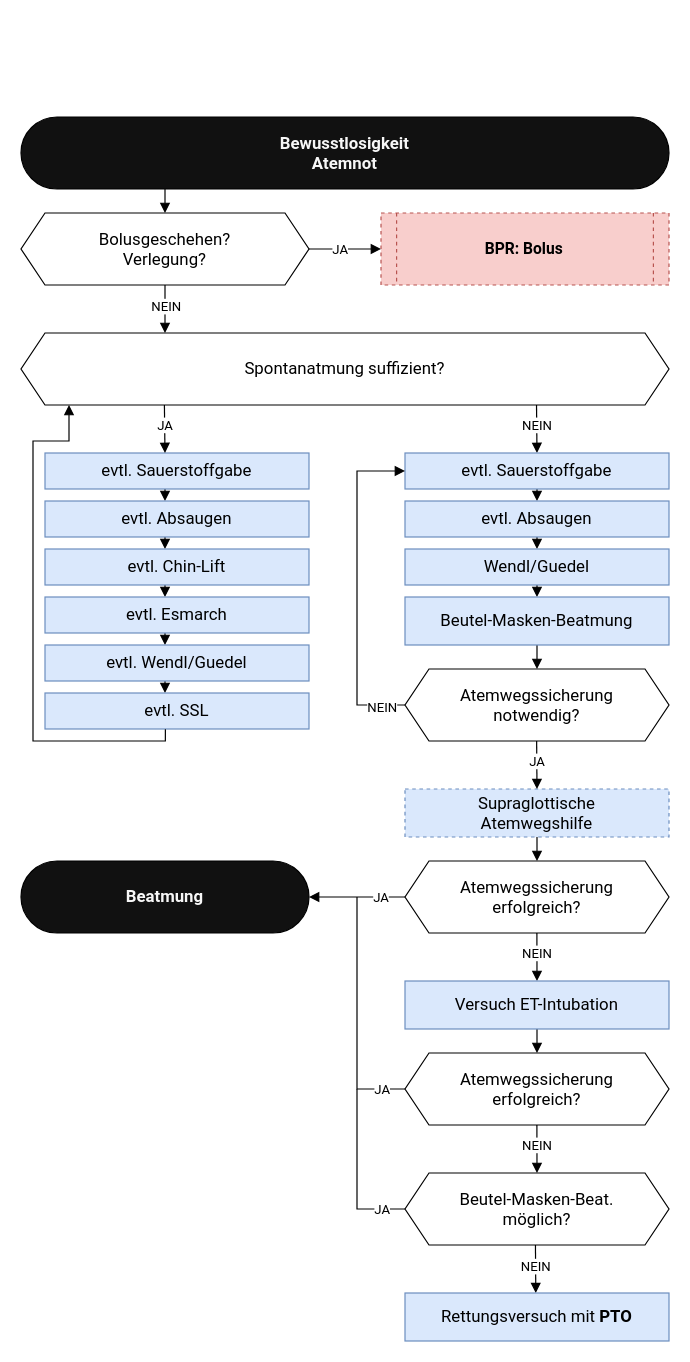
This is assets/flows/atemwegsmanagement.drawio from steiiin/notsan-app, a draw.io file, before an edit. Source tidied: cells renumbered, new cells numbered last; positions are measured from the earlier drawing's top-left corner, leaving out a move shared by most shapes. Both pictures are drawn from the tidied source at 120%, with x=0, y=0 at pixel (20, 116).
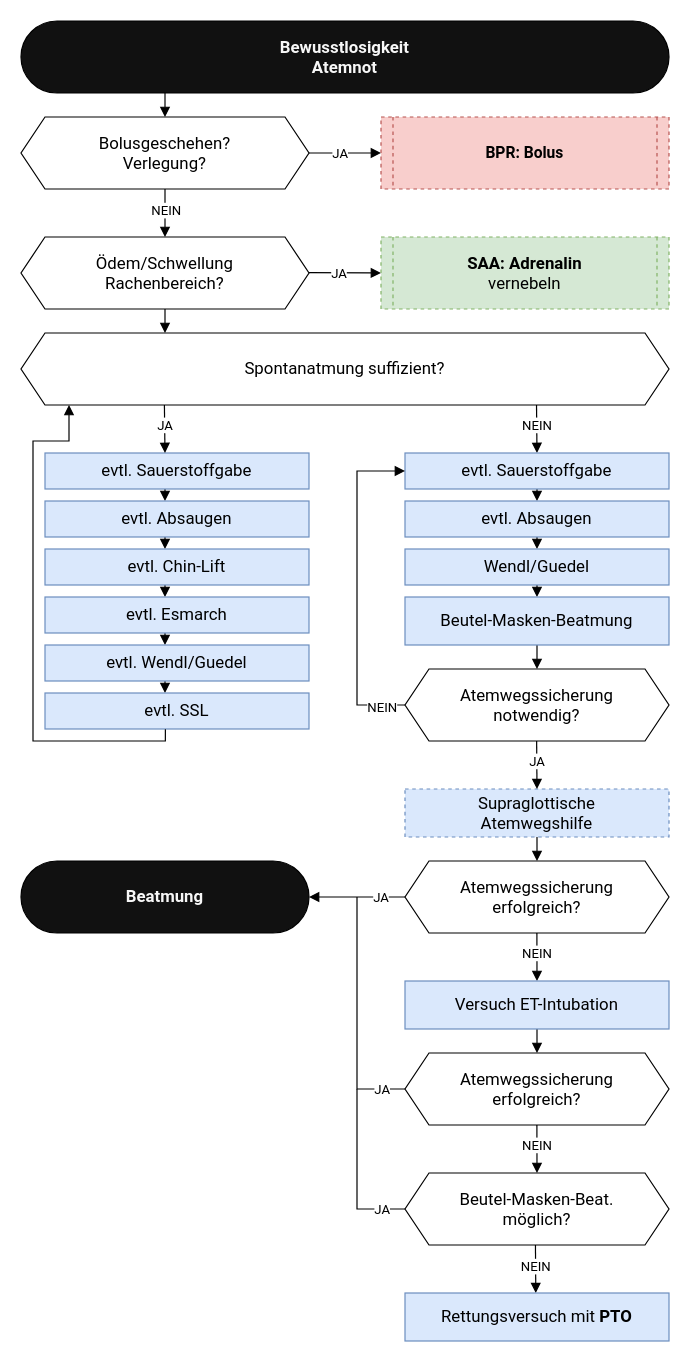
After the change.

Unchanged cells that the change refers to:
```xml
<mxCell id="10" value="Spontanatmung suffizient?" style="shape=hexagon;perimeter=hexagonPerimeter2;whiteSpace=wrap;html=1;fixedSize=1;fontSize=14;fontFamily=&quot;Roboto&quot;, &quot;Helvetica Neue&quot;, sans-serif;size=20;fontColor=default;labelBackgroundColor=none;" parent="1" vertex="1">
  <mxGeometry y="180" width="540" height="60" as="geometry" />
</mxCell>
```

The edit, as a diff of the source:
```diff
@@
     <mxCell id="3" value="Bewusstlosigkeit&lt;br&gt;Atemnot" style="rounded=1;whiteSpace=wrap;html=1;arcSize=50;fillColor=#111111;fontColor=#F7F7F7;fontFamily=&quot;Roboto&quot;, &quot;Helvetica Neue&quot;, sans-serif;fontSize=14;fontStyle=1;labelBackgroundColor=none;strokeColor=default;" parent="1" vertex="1">
-      <mxGeometry width="540" height="60" as="geometry" />
+      <mxGeometry y="-80" width="540" height="60" as="geometry" />
     </mxCell>
@@
-    <mxCell id="6" style="edgeStyle=elbowEdgeStyle;shape=connector;rounded=0;jettySize=auto;elbow=horizontal;html=1;shadow=0;strokeColor=default;strokeWidth=1;align=center;verticalAlign=middle;fontFamily=&quot;Roboto&quot;, &quot;Helvetica Neue&quot;, sans-serif;fontSize=11;fontColor=default;labelBackgroundColor=default;startArrow=none;startFill=0;endArrow=block;endFill=1;flowAnimation=0;" parent="1" edge="1" source="8" target="10">
-      <mxGeometry relative="1" as="geometry" />
-    </mxCell>
-    <mxCell id="7" value="NEIN" style="edgeLabel;html=1;align=center;verticalAlign=middle;fontFamily=&quot;Roboto&quot;, &quot;Helvetica Neue&quot;, sans-serif;fontSize=11;fontColor=default;labelBackgroundColor=default;" parent="6" vertex="1">
-      <mxGeometry x="-0.44" relative="1" as="geometry">
-        <mxPoint y="6" as="offset" />
-      </mxGeometry>
-    </mxCell>
     <mxCell id="8" value="Bolusgeschehen?&lt;br&gt;Verlegung?" style="shape=hexagon;perimeter=hexagonPerimeter2;whiteSpace=wrap;html=1;fixedSize=1;fontSize=14;fontFamily=&quot;Roboto&quot;, &quot;Helvetica Neue&quot;, sans-serif;size=20;fontColor=default;labelBackgroundColor=none;" parent="1" vertex="1">
-      <mxGeometry y="80" width="240" height="60" as="geometry" />
+      <mxGeometry width="240" height="60" as="geometry" />
     </mxCell>
-    <mxCell id="9" value="&lt;font style=&quot;font-size: 13px;&quot;&gt;BPR: Bolus&lt;/font&gt;" style="shape=process;whiteSpace=wrap;html=1;backgroundOutline=1;size=0.05555555555555555;fillColor=#f8cecc;strokeColor=#b85450;fontFamily=&quot;Roboto&quot;, &quot;Helvetica Neue&quot;, sans-serif;fontStyle=1;fontSize=14;textShadow=0;dashed=1;labelBackgroundColor=none;" parent="1" vertex="1">
-      <mxGeometry x="300" y="80" width="240" height="60" as="geometry" />
+    <mxCell id="9" value="&lt;font style=&quot;font-size: 13px;&quot;&gt;BPR: Bolus&lt;/font&gt;" style="shape=process;whiteSpace=wrap;html=1;backgroundOutline=1;size=0.041666666666666664;fillColor=#f8cecc;strokeColor=#b85450;fontFamily=&quot;Roboto&quot;, &quot;Helvetica Neue&quot;, sans-serif;fontStyle=1;fontSize=14;textShadow=0;dashed=1;labelBackgroundColor=none;" parent="1" vertex="1">
+      <mxGeometry x="300" width="240" height="60" as="geometry" />
     </mxCell>
@@
+    <mxCell id="61" value="Ödem/Schwellung&lt;br&gt;Rachenbereich?" style="shape=hexagon;perimeter=hexagonPerimeter2;whiteSpace=wrap;html=1;fixedSize=1;fontSize=14;fontFamily=&quot;Roboto&quot;, &quot;Helvetica Neue&quot;, sans-serif;size=20;fontColor=default;labelBackgroundColor=none;" parent="1" vertex="1">
+      <mxGeometry y="100" width="240" height="60" as="geometry" />
+    </mxCell>
+    <mxCell id="62" style="edgeStyle=elbowEdgeStyle;shape=connector;rounded=0;orthogonalLoop=1;jettySize=auto;elbow=horizontal;html=1;shadow=0;strokeColor=default;strokeWidth=1;align=center;verticalAlign=middle;fontFamily=&quot;Roboto&quot;, &quot;Helvetica Neue&quot;, sans-serif;fontSize=11;fontColor=default;labelBackgroundColor=default;startArrow=none;startFill=0;endArrow=block;endFill=1;flowAnimation=0;" parent="1" edge="1">
+      <mxGeometry relative="1" as="geometry">
+        <mxPoint x="120" y="60" as="sourcePoint" />
+        <mxPoint x="119.7" y="100" as="targetPoint" />
+      </mxGeometry>
+    </mxCell>
+    <mxCell id="7" value="NEIN" style="edgeLabel;html=1;align=center;verticalAlign=middle;fontFamily=&quot;Roboto&quot;, &quot;Helvetica Neue&quot;, sans-serif;fontSize=11;fontColor=default;labelBackgroundColor=default;" parent="62" vertex="1">
+      <mxGeometry x="-0.44" relative="1" as="geometry">
+        <mxPoint y="6" as="offset" />
+      </mxGeometry>
+    </mxCell>
+    <mxCell id="63" style="edgeStyle=orthogonalEdgeStyle;shape=connector;rounded=0;jettySize=auto;html=1;entryX=0.222;entryY=0;entryDx=0;entryDy=0;entryPerimeter=0;strokeColor=default;align=center;verticalAlign=middle;fontFamily=Helvetica;fontSize=11;fontColor=default;labelBackgroundColor=default;endArrow=block;endFill=1;" parent="1" edge="1" source="61" target="10">
+      <mxGeometry relative="1" as="geometry" />
+    </mxCell>
+    <mxCell id="64" style="edgeStyle=elbowEdgeStyle;shape=connector;rounded=0;orthogonalLoop=1;jettySize=auto;elbow=vertical;html=1;shadow=0;strokeColor=default;strokeWidth=1;align=center;verticalAlign=middle;fontFamily=&quot;Roboto&quot;, &quot;Helvetica Neue&quot;, sans-serif;fontSize=11;fontColor=default;labelBackgroundColor=default;startArrow=none;startFill=0;endArrow=block;endFill=1;flowAnimation=0;" parent="1" edge="1">
+      <mxGeometry relative="1" as="geometry">
+        <mxPoint x="240" y="129.7" as="sourcePoint" />
+        <mxPoint x="300" y="129.7" as="targetPoint" />
+      </mxGeometry>
+    </mxCell>
+    <mxCell id="65" value="JA" style="edgeLabel;html=1;align=center;verticalAlign=middle;fontFamily=&quot;Roboto&quot;, &quot;Helvetica Neue&quot;, sans-serif;fontSize=11;fontColor=default;labelBackgroundColor=default;" parent="64" vertex="1">
+      <mxGeometry x="-0.43" y="-1" relative="1" as="geometry">
+        <mxPoint x="8" y="-1" as="offset" />
+      </mxGeometry>
+    </mxCell>
+    <mxCell id="66" value="SAA: Adrenalin&lt;br&gt;&lt;span style=&quot;font-weight: normal;&quot;&gt;vernebeln&lt;/span&gt;" style="shape=process;whiteSpace=wrap;html=1;backgroundOutline=1;size=0.041666666666666664;fillColor=#d5e8d4;strokeColor=#82b366;fontFamily=&quot;Roboto&quot;, &quot;Helvetica Neue&quot;, sans-serif;fontStyle=1;fontSize=14;textShadow=0;dashed=1;fontColor=default;labelBackgroundColor=none;" parent="1" vertex="1">
+      <mxGeometry x="300" y="100" width="240" height="60" as="geometry" />
+    </mxCell>
```
